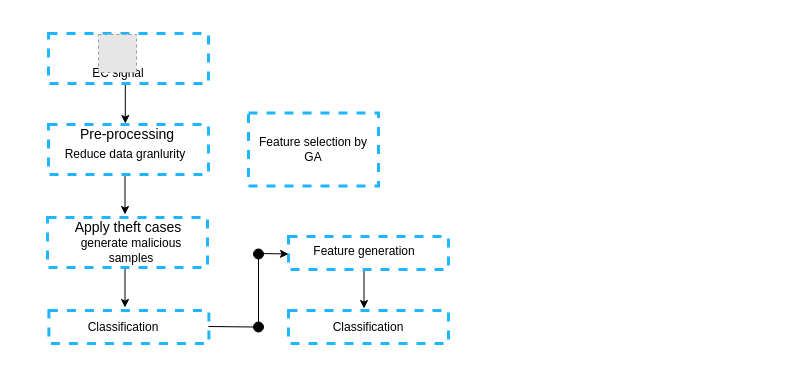
This is j2_systemModel.drawio from Faisalse/j1_smartgrid, a draw.io file, before an edit. Source tidied: cells renumbered, new cells numbered last; positions are measured from the earlier drawing's top-left corner, leaving out a move shared by most shapes. Both pictures are drawn from the tidied source at 100%, with x=0, y=0 at pixel (47, 33). Pictures stored in the file or linked from it are replaced by grey dashed boxes.
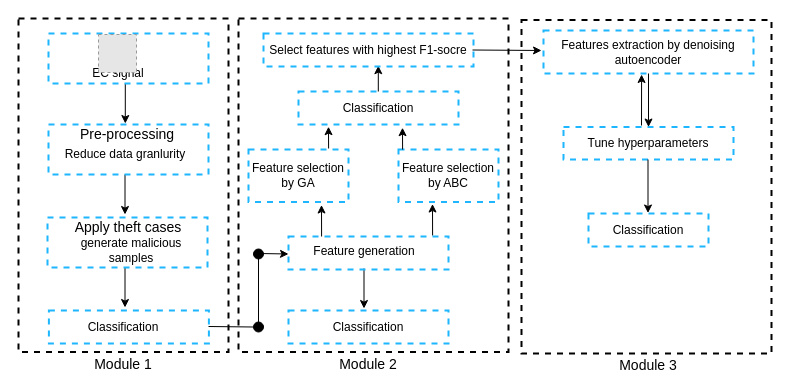
After the change.

What changed in the source:
```diff
@@
+    <mxCell id="28" style="rounded=0;whiteSpace=wrap;html=1;strokeWidth=2;fillColor=none;dashed=1;" parent="1" vertex="1">
+      <mxGeometry x="-29" y="-15" width="210" height="333.5" as="geometry" />
+    </mxCell>
+    <mxCell id="29" style="rounded=0;whiteSpace=wrap;html=1;strokeWidth=2;fillColor=none;dashed=1;" parent="1" vertex="1">
+      <mxGeometry x="191" y="-15" width="270" height="333.5" as="geometry" />
+    </mxCell>
+    <mxCell id="30" style="rounded=0;whiteSpace=wrap;html=1;strokeWidth=2;fillColor=none;dashed=1;" parent="1" vertex="1">
+      <mxGeometry x="474" y="-13.5" width="250" height="333.5" as="geometry" />
+    </mxCell>
+    <mxCell id="31" style="endArrow=classic;html=1;exitX=0.138;exitY=-0.091;exitDx=0;exitDy=0;exitPerimeter=0;" parent="1" edge="1">
+      <mxGeometry relative="1" as="geometry">
+        <mxPoint x="330.8" y="58" as="sourcePoint" />
+        <mxPoint x="330.8" y="32.2" as="targetPoint" />
+      </mxGeometry>
+    </mxCell>
+    <mxCell id="32" style="endArrow=classic;html=1;exitX=0.138;exitY=-0.091;exitDx=0;exitDy=0;exitPerimeter=0;" parent="1" edge="1">
+      <mxGeometry relative="1" as="geometry">
+        <mxPoint x="281.1" y="115" as="sourcePoint" />
+        <mxPoint x="281" y="93.2" as="targetPoint" />
+      </mxGeometry>
+    </mxCell>
+    <mxCell id="33" style="endArrow=classic;html=1;exitX=0.138;exitY=-0.091;exitDx=0;exitDy=0;exitPerimeter=0;" parent="1" edge="1">
+      <mxGeometry relative="1" as="geometry">
+        <mxPoint x="385.1" y="202" as="sourcePoint" />
+        <mxPoint x="385" y="170.5" as="targetPoint" />
+      </mxGeometry>
+    </mxCell>
@@
-    <mxCell id="6" style="rounded=0;whiteSpace=wrap;html=1;dashed=1;strokeWidth=3;fillColor=none;strokeColor=#1EB6FF;" parent="1" vertex="1">
+    <mxCell id="6" style="rounded=0;whiteSpace=wrap;html=1;dashed=1;strokeWidth=2;fillColor=none;strokeColor=#1EB6FF;" parent="1" vertex="1">
       <mxGeometry x="1" width="160" height="50" as="geometry" />
     </mxCell>
@@
-    <mxCell id="9" style="rounded=0;whiteSpace=wrap;html=1;dashed=1;strokeWidth=3;fillColor=none;strokeColor=#1EB6FF;" parent="1" vertex="1">
+    <mxCell id="9" style="rounded=0;whiteSpace=wrap;html=1;dashed=1;strokeWidth=2;fillColor=none;strokeColor=#1EB6FF;" parent="1" vertex="1">
       <mxGeometry x="1" y="91" width="160" height="50" as="geometry" />
     </mxCell>
@@
-    <mxCell id="12" style="rounded=0;whiteSpace=wrap;html=1;dashed=1;strokeWidth=3;fillColor=none;strokeColor=#1EB6FF;" parent="1" vertex="1">
+    <mxCell id="12" style="rounded=0;whiteSpace=wrap;html=1;dashed=1;strokeWidth=2;fillColor=none;strokeColor=#1EB6FF;" parent="1" vertex="1">
       <mxGeometry y="184" width="160" height="50" as="geometry" />
     </mxCell>
@@
-    <mxCell id="15" style="rounded=0;whiteSpace=wrap;html=1;dashed=1;strokeWidth=3;fillColor=none;strokeColor=#1EB6FF;" parent="1" vertex="1">
+    <mxCell id="15" style="rounded=0;whiteSpace=wrap;html=1;dashed=1;strokeWidth=2;fillColor=none;strokeColor=#1EB6FF;" parent="1" vertex="1">
       <mxGeometry x="1.4" y="277" width="160" height="33" as="geometry" />
     </mxCell>
@@
-    <mxCell id="17" style="rounded=0;whiteSpace=wrap;html=1;dashed=1;strokeWidth=3;fillColor=none;strokeColor=#1EB6FF;" parent="1" vertex="1">
+    <mxCell id="17" style="rounded=0;whiteSpace=wrap;html=1;dashed=1;strokeWidth=2;fillColor=none;strokeColor=#1EB6FF;" parent="1" vertex="1">
       <mxGeometry x="241" y="277" width="160" height="33" as="geometry" />
     </mxCell>
-    <mxCell id="18" style="rounded=0;whiteSpace=wrap;html=1;dashed=1;strokeWidth=3;fillColor=none;strokeColor=#1EB6FF;" parent="1" vertex="1">
+    <mxCell id="18" style="rounded=0;whiteSpace=wrap;html=1;dashed=1;strokeWidth=2;fillColor=none;strokeColor=#1EB6FF;" parent="1" vertex="1">
       <mxGeometry x="241" y="203" width="160" height="33" as="geometry" />
     </mxCell>
@@
-    <mxCell id="27" value="Feature selection by GA" style="rounded=0;whiteSpace=wrap;html=1;dashed=1;strokeWidth=3;fillColor=none;strokeColor=#1EB6FF;" parent="1" vertex="1">
-      <mxGeometry x="201" y="79.5" width="130" height="73" as="geometry" />
+    <mxCell id="27" value="Feature selection by GA" style="rounded=0;whiteSpace=wrap;html=1;dashed=1;strokeWidth=2;fillColor=none;strokeColor=#1EB6FF;" parent="1" vertex="1">
+      <mxGeometry x="201" y="116" width="100" height="52.5" as="geometry" />
     </mxCell>
+    <mxCell id="34" value="Feature selection by ABC" style="rounded=0;whiteSpace=wrap;html=1;dashed=1;strokeWidth=2;fillColor=none;strokeColor=#1EB6FF;" parent="1" vertex="1">
+      <mxGeometry x="351" y="116" width="100" height="52.5" as="geometry" />
+    </mxCell>
+    <mxCell id="35" value="Select features with highest F1-socre" style="rounded=0;whiteSpace=wrap;html=1;dashed=1;strokeWidth=2;fillColor=none;strokeColor=#1EB6FF;" parent="1" vertex="1">
+      <mxGeometry x="216" width="210" height="33" as="geometry" />
+    </mxCell>
+    <mxCell id="36" style="endArrow=classic;html=1;exitX=0.138;exitY=-0.091;exitDx=0;exitDy=0;exitPerimeter=0;" parent="1" edge="1">
+      <mxGeometry relative="1" as="geometry">
+        <mxPoint x="274.1" y="203" as="sourcePoint" />
+        <mxPoint x="274" y="171.5" as="targetPoint" />
+      </mxGeometry>
+    </mxCell>
+    <mxCell id="37" value="Classification" style="rounded=0;whiteSpace=wrap;html=1;dashed=1;strokeWidth=2;fillColor=none;strokeColor=#1EB6FF;" parent="1" vertex="1">
+      <mxGeometry x="251" y="58" width="160" height="33" as="geometry" />
+    </mxCell>
+    <mxCell id="38" style="endArrow=classic;html=1;exitX=0.138;exitY=-0.091;exitDx=0;exitDy=0;exitPerimeter=0;" parent="1" edge="1">
+      <mxGeometry relative="1" as="geometry">
+        <mxPoint x="355.1" y="116" as="sourcePoint" />
+        <mxPoint x="355" y="94.2" as="targetPoint" />
+      </mxGeometry>
+    </mxCell>
+    <mxCell id="39" value="Features extraction by denoising autoencoder" style="rounded=0;whiteSpace=wrap;html=1;dashed=1;strokeWidth=2;fillColor=none;strokeColor=#1EB6FF;" parent="1" vertex="1">
+      <mxGeometry x="496" y="-3" width="210" height="43" as="geometry" />
+    </mxCell>
+    <mxCell id="40" value="Tune hyperparameters" style="rounded=0;whiteSpace=wrap;html=1;dashed=1;strokeWidth=2;fillColor=none;strokeColor=#1EB6FF;" parent="1" vertex="1">
+      <mxGeometry x="516" y="93.5" width="170" height="32.5" as="geometry" />
+    </mxCell>
+    <mxCell id="41" value="Classification" style="rounded=0;whiteSpace=wrap;html=1;dashed=1;strokeWidth=2;fillColor=none;strokeColor=#1EB6FF;" parent="1" vertex="1">
+      <mxGeometry x="541" y="180" width="120" height="33" as="geometry" />
+    </mxCell>
+    <mxCell id="42" style="endArrow=classic;html=1;entryX=0.5;entryY=0;entryDx=0;entryDy=0;" parent="1" edge="1" source="39" target="40">
+      <mxGeometry relative="1" as="geometry" />
+    </mxCell>
+    <mxCell id="43" style="endArrow=classic;html=1;entryX=0.5;entryY=0;entryDx=0;entryDy=0;" parent="1" edge="1">
+      <mxGeometry relative="1" as="geometry">
+        <mxPoint x="600.5" y="126" as="sourcePoint" />
+        <mxPoint x="600.5" y="179.5" as="targetPoint" />
+      </mxGeometry>
+    </mxCell>
+    <mxCell id="44" style="endArrow=classic;html=1;exitX=1;exitY=0.5;exitDx=0;exitDy=0;" parent="1" edge="1">
+      <mxGeometry relative="1" as="geometry">
+        <mxPoint x="425" y="16.5" as="sourcePoint" />
+        <mxPoint x="494" y="17" as="targetPoint" />
+      </mxGeometry>
+    </mxCell>
+    <mxCell id="45" value="&lt;font style=&quot;font-size: 14px&quot;&gt;Module 1&lt;/font&gt;" style="text;html=1;strokeColor=none;fillColor=none;align=center;verticalAlign=middle;whiteSpace=wrap;rounded=0;dashed=1;" parent="1" vertex="1">
+      <mxGeometry x="36" y="321" width="80" height="20" as="geometry" />
+    </mxCell>
+    <mxCell id="46" value="&lt;font style=&quot;font-size: 14px&quot;&gt;Module 2&lt;/font&gt;" style="text;html=1;strokeColor=none;fillColor=none;align=center;verticalAlign=middle;whiteSpace=wrap;rounded=0;dashed=1;" parent="1" vertex="1">
+      <mxGeometry x="281" y="321" width="80" height="19" as="geometry" />
+    </mxCell>
+    <mxCell id="47" value="&lt;font style=&quot;font-size: 14px&quot;&gt;Module 3&lt;/font&gt;" style="text;html=1;strokeColor=none;fillColor=none;align=center;verticalAlign=middle;whiteSpace=wrap;rounded=0;dashed=1;" parent="1" vertex="1">
+      <mxGeometry x="561" y="322" width="80" height="19" as="geometry" />
+    </mxCell>
+    <mxCell id="48" style="endArrow=classic;html=1;entryX=0.467;entryY=1.116;entryDx=0;entryDy=0;entryPerimeter=0;" parent="1" edge="1">
+      <mxGeometry relative="1" as="geometry">
+        <mxPoint x="594" y="92" as="sourcePoint" />
+        <mxPoint x="594.1" y="41" as="targetPoint" />
+      </mxGeometry>
+    </mxCell>
```
